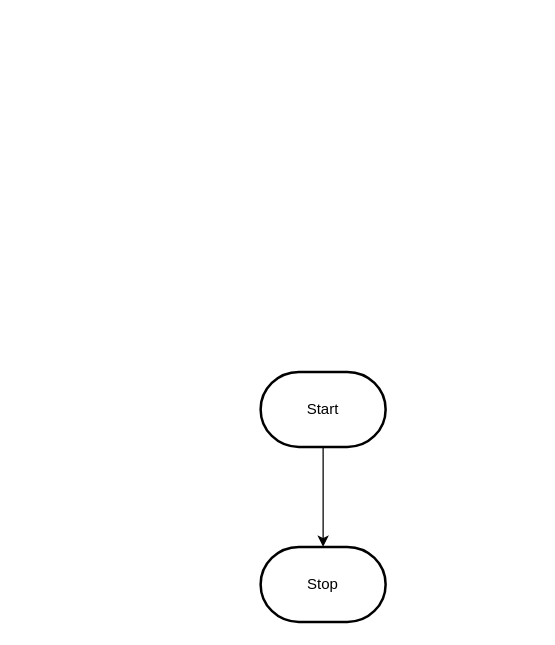
Above: design/flowchart.drawio in manya-feng/ICD2O-Unit-6-01-manya-feng (draw.io), before the change. Source tidied: cells renumbered, new cells numbered last; positions are measured from the earlier drawing's top-left corner, leaving out a move shared by most shapes. Both pictures are drawn from the tidied source at 125%, with x=0, y=0 at pixel (260, 371).
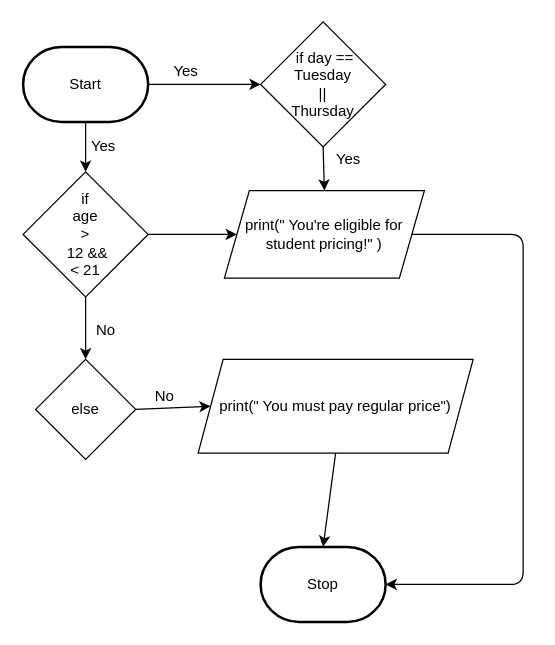
After the change.

The change refers to these unchanged cells:
```xml
<mxCell id="4" value="Stop" style="strokeWidth=2;html=1;shape=mxgraph.flowchart.terminator;whiteSpace=wrap;" parent="1" vertex="1">
  <mxGeometry y="140" width="100" height="60" as="geometry" />
</mxCell>
```

Diff of the diagram source:
```diff
@@
-    <mxCell id="2" style="edgeStyle=orthogonalEdgeStyle;html=1;rounded=0;" parent="1" edge="1" source="3" target="4">
-      <mxGeometry relative="1" as="geometry" />
-    </mxCell>
+    <mxCell id="5" style="edgeStyle=none;html=1;exitX=0.5;exitY=1;exitDx=0;exitDy=0;exitPerimeter=0;entryX=0.5;entryY=0;entryDx=0;entryDy=0;" parent="1" edge="1" source="3" target="2">
+      <mxGeometry relative="1" as="geometry" />
+    </mxCell>
+    <mxCell id="6" style="edgeStyle=none;html=1;exitX=1;exitY=0.5;exitDx=0;exitDy=0;exitPerimeter=0;entryX=0;entryY=0.5;entryDx=0;entryDy=0;" parent="1" edge="1" source="3" target="11">
+      <mxGeometry relative="1" as="geometry" />
+    </mxCell>
     <mxCell id="3" value="Start" style="strokeWidth=2;html=1;shape=mxgraph.flowchart.terminator;whiteSpace=wrap;" parent="1" vertex="1">
-      <mxGeometry width="100" height="60" as="geometry" />
+      <mxGeometry x="-190" y="-260" width="100" height="60" as="geometry" />
     </mxCell>
@@
+    <mxCell id="7" style="edgeStyle=none;html=1;exitX=1;exitY=0.5;exitDx=0;exitDy=0;entryX=0;entryY=0.5;entryDx=0;entryDy=0;" parent="1" edge="1" source="2" target="14">
+      <mxGeometry relative="1" as="geometry" />
+    </mxCell>
+    <mxCell id="8" style="edgeStyle=none;html=1;exitX=0.5;exitY=1;exitDx=0;exitDy=0;entryX=0.5;entryY=0;entryDx=0;entryDy=0;" parent="1" edge="1" source="2" target="16">
+      <mxGeometry relative="1" as="geometry" />
+    </mxCell>
+    <mxCell id="2" value="if&lt;br&gt;age&lt;br&gt;&amp;gt;&lt;br&gt;&amp;nbsp;12 &amp;amp;&amp;amp; &lt;br&gt;&amp;lt; 21" style="rhombus;whiteSpace=wrap;html=1;" parent="1" vertex="1">
+      <mxGeometry x="-190" y="-160" width="100" height="100" as="geometry" />
+    </mxCell>
+    <mxCell id="9" value="Yes" style="text;html=1;align=center;verticalAlign=middle;strokeColor=none;fillColor=none;" parent="1" vertex="1">
+      <mxGeometry x="-146" y="-195" width="40" height="30" as="geometry" />
+    </mxCell>
+    <mxCell id="10" style="edgeStyle=none;html=1;exitX=0.5;exitY=1;exitDx=0;exitDy=0;entryX=0.5;entryY=0;entryDx=0;entryDy=0;" parent="1" edge="1" source="11" target="14">
+      <mxGeometry relative="1" as="geometry" />
+    </mxCell>
+    <mxCell id="11" value="&amp;nbsp;if day == Tuesday&lt;br&gt;||&lt;br&gt;Thursday" style="rhombus;whiteSpace=wrap;html=1;" parent="1" vertex="1">
+      <mxGeometry y="-280" width="100" height="100" as="geometry" />
+    </mxCell>
+    <mxCell id="12" value="Yes" style="text;html=1;align=center;verticalAlign=middle;strokeColor=none;fillColor=none;" parent="1" vertex="1">
+      <mxGeometry x="-80" y="-255" width="40" height="30" as="geometry" />
+    </mxCell>
+    <mxCell id="13" style="edgeStyle=none;html=1;exitX=1;exitY=0.5;exitDx=0;exitDy=0;entryX=1;entryY=0.5;entryDx=0;entryDy=0;entryPerimeter=0;" parent="1" edge="1" source="14" target="4">
+      <mxGeometry relative="1" as="geometry">
+        <Array as="points">
+          <mxPoint x="210" y="-110" />
+          <mxPoint x="210" y="170" />
+        </Array>
+      </mxGeometry>
+    </mxCell>
+    <mxCell id="14" value="print(&quot; You're eligible for student pricing!&quot; )" style="shape=parallelogram;perimeter=parallelogramPerimeter;whiteSpace=wrap;html=1;fixedSize=1;" parent="1" vertex="1">
+      <mxGeometry x="-29" y="-145" width="160" height="70" as="geometry" />
+    </mxCell>
+    <mxCell id="15" style="edgeStyle=none;html=1;exitX=1;exitY=0.5;exitDx=0;exitDy=0;entryX=0;entryY=0.5;entryDx=0;entryDy=0;" parent="1" edge="1" source="16" target="19">
+      <mxGeometry relative="1" as="geometry" />
+    </mxCell>
+    <mxCell id="16" value="else" style="rhombus;whiteSpace=wrap;html=1;" parent="1" vertex="1">
+      <mxGeometry x="-180" y="-10" width="80" height="80" as="geometry" />
+    </mxCell>
+    <mxCell id="17" value="No" style="text;html=1;align=center;verticalAlign=middle;strokeColor=none;fillColor=none;" parent="1" vertex="1">
+      <mxGeometry x="-144" y="-48" width="40" height="30" as="geometry" />
+    </mxCell>
+    <mxCell id="18" style="edgeStyle=none;html=1;exitX=0.5;exitY=1;exitDx=0;exitDy=0;entryX=0.5;entryY=0;entryDx=0;entryDy=0;entryPerimeter=0;" parent="1" edge="1" source="19" target="4">
+      <mxGeometry relative="1" as="geometry" />
+    </mxCell>
+    <mxCell id="19" value="print(&quot; You must pay regular price&quot;)" style="shape=parallelogram;perimeter=parallelogramPerimeter;whiteSpace=wrap;html=1;fixedSize=1;" parent="1" vertex="1">
+      <mxGeometry x="-50" y="-10" width="220" height="75" as="geometry" />
+    </mxCell>
+    <mxCell id="20" value="No" style="text;html=1;align=center;verticalAlign=middle;strokeColor=none;fillColor=none;" parent="1" vertex="1">
+      <mxGeometry x="-97" y="5" width="40" height="30" as="geometry" />
+    </mxCell>
+    <mxCell id="21" value="Yes" style="text;html=1;align=center;verticalAlign=middle;strokeColor=none;fillColor=none;" parent="1" vertex="1">
+      <mxGeometry x="50" y="-185" width="40" height="30" as="geometry" />
+    </mxCell>
```
